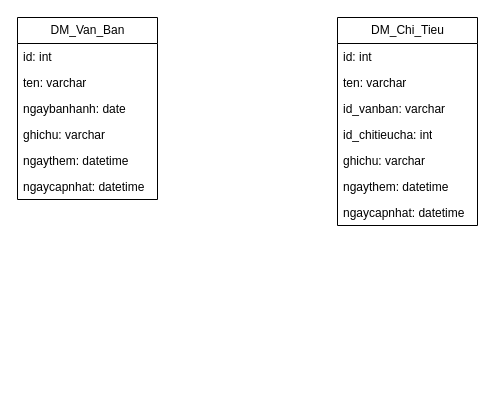
Before: csdlcnttbcvt.drawio in pnptai94/giaydiduongbluezone, a draw.io diagram. Source tidied: cells renumbered, new cells numbered last; positions are measured from the earlier drawing's top-left corner, leaving out a move shared by most shapes. Both pictures are drawn from the tidied source at 100%, with x=0, y=0 at pixel (17, 17).
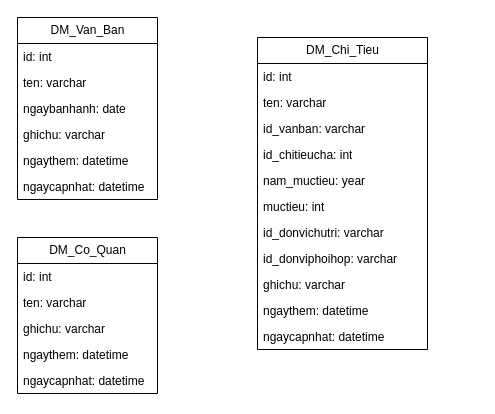
The same diagram, later.

What changed in the source:
```diff
@@
     <mxCell id="9" value="DM_Chi_Tieu" style="swimlane;fontStyle=0;horizontal=1;startSize=26;fillColor=none;html=1;" parent="1" vertex="1">
-      <mxGeometry x="320" width="140" height="208" as="geometry" />
+      <mxGeometry x="240" y="20" width="170" height="312" as="geometry" />
     </mxCell>
     <mxCell id="10" value="id: int" style="text;strokeColor=none;fillColor=none;align=left;verticalAlign=top;spacingLeft=4;spacingRight=4;overflow=hidden;whiteSpace=wrap;html=1;" parent="9" vertex="1">
-      <mxGeometry y="26" width="140" height="26" as="geometry" />
+      <mxGeometry y="26" width="170" height="26" as="geometry" />
     </mxCell>
     <mxCell id="11" value="ten: varchar" style="text;strokeColor=none;fillColor=none;align=left;verticalAlign=top;spacingLeft=4;spacingRight=4;overflow=hidden;whiteSpace=wrap;html=1;" parent="9" vertex="1">
-      <mxGeometry y="52" width="140" height="26" as="geometry" />
+      <mxGeometry y="52" width="170" height="26" as="geometry" />
     </mxCell>
     <mxCell id="12" value="id_vanban: varchar" style="text;strokeColor=none;fillColor=none;align=left;verticalAlign=top;spacingLeft=4;spacingRight=4;overflow=hidden;whiteSpace=wrap;html=1;" parent="9" vertex="1">
-      <mxGeometry y="78" width="140" height="26" as="geometry" />
+      <mxGeometry y="78" width="170" height="26" as="geometry" />
     </mxCell>
     <mxCell id="13" value="id_chitieucha: int" style="text;strokeColor=none;fillColor=none;align=left;verticalAlign=top;spacingLeft=4;spacingRight=4;overflow=hidden;whiteSpace=wrap;html=1;" parent="9" vertex="1">
-      <mxGeometry y="104" width="140" height="26" as="geometry" />
+      <mxGeometry y="104" width="170" height="26" as="geometry" />
     </mxCell>
+    <mxCell id="17" value="nam_muctieu: year" style="text;strokeColor=none;fillColor=none;align=left;verticalAlign=top;spacingLeft=4;spacingRight=4;overflow=hidden;whiteSpace=wrap;html=1;" parent="9" vertex="1">
+      <mxGeometry y="130" width="170" height="26" as="geometry" />
+    </mxCell>
+    <mxCell id="18" value="muctieu: int" style="text;strokeColor=none;fillColor=none;align=left;verticalAlign=top;spacingLeft=4;spacingRight=4;overflow=hidden;whiteSpace=wrap;html=1;" parent="9" vertex="1">
+      <mxGeometry y="156" width="170" height="26" as="geometry" />
+    </mxCell>
+    <mxCell id="19" value="id_donvichutri: varchar" style="text;strokeColor=none;fillColor=none;align=left;verticalAlign=top;spacingLeft=4;spacingRight=4;overflow=hidden;whiteSpace=wrap;html=1;" parent="9" vertex="1">
+      <mxGeometry y="182" width="170" height="26" as="geometry" />
+    </mxCell>
+    <mxCell id="20" value="id_donviphoihop: varchar" style="text;strokeColor=none;fillColor=none;align=left;verticalAlign=top;spacingLeft=4;spacingRight=4;overflow=hidden;whiteSpace=wrap;html=1;" parent="9" vertex="1">
+      <mxGeometry y="208" width="170" height="26" as="geometry" />
+    </mxCell>
     <mxCell id="14" value="ghichu: varchar" style="text;strokeColor=none;fillColor=none;align=left;verticalAlign=top;spacingLeft=4;spacingRight=4;overflow=hidden;whiteSpace=wrap;html=1;" parent="9" vertex="1">
-      <mxGeometry y="130" width="140" height="26" as="geometry" />
+      <mxGeometry y="234" width="170" height="26" as="geometry" />
     </mxCell>
     <mxCell id="15" value="ngaythem: datetime" style="text;strokeColor=none;fillColor=none;align=left;verticalAlign=top;spacingLeft=4;spacingRight=4;overflow=hidden;whiteSpace=wrap;html=1;" parent="9" vertex="1">
-      <mxGeometry y="156" width="140" height="26" as="geometry" />
+      <mxGeometry y="260" width="170" height="26" as="geometry" />
     </mxCell>
     <mxCell id="16" value="ngaycapnhat: datetime" style="text;strokeColor=none;fillColor=none;align=left;verticalAlign=top;spacingLeft=4;spacingRight=4;overflow=hidden;whiteSpace=wrap;html=1;" parent="9" vertex="1">
-      <mxGeometry y="182" width="140" height="26" as="geometry" />
+      <mxGeometry y="286" width="170" height="26" as="geometry" />
     </mxCell>
+    <mxCell id="21" value="DM_Co_Quan" style="swimlane;fontStyle=0;horizontal=1;startSize=26;fillColor=none;html=1;" parent="1" vertex="1">
+      <mxGeometry y="220" width="140" height="156" as="geometry" />
+    </mxCell>
+    <mxCell id="22" value="id: int" style="text;strokeColor=none;fillColor=none;align=left;verticalAlign=top;spacingLeft=4;spacingRight=4;overflow=hidden;whiteSpace=wrap;html=1;" parent="21" vertex="1">
+      <mxGeometry y="26" width="140" height="26" as="geometry" />
+    </mxCell>
+    <mxCell id="23" value="ten: varchar" style="text;strokeColor=none;fillColor=none;align=left;verticalAlign=top;spacingLeft=4;spacingRight=4;overflow=hidden;whiteSpace=wrap;html=1;" parent="21" vertex="1">
+      <mxGeometry y="52" width="140" height="26" as="geometry" />
+    </mxCell>
+    <mxCell id="24" value="ghichu: varchar" style="text;strokeColor=none;fillColor=none;align=left;verticalAlign=top;spacingLeft=4;spacingRight=4;overflow=hidden;whiteSpace=wrap;html=1;" parent="21" vertex="1">
+      <mxGeometry y="78" width="140" height="26" as="geometry" />
+    </mxCell>
+    <mxCell id="25" value="ngaythem: datetime" style="text;strokeColor=none;fillColor=none;align=left;verticalAlign=top;spacingLeft=4;spacingRight=4;overflow=hidden;whiteSpace=wrap;html=1;" parent="21" vertex="1">
+      <mxGeometry y="104" width="140" height="26" as="geometry" />
+    </mxCell>
+    <mxCell id="26" value="ngaycapnhat: datetime" style="text;strokeColor=none;fillColor=none;align=left;verticalAlign=top;spacingLeft=4;spacingRight=4;overflow=hidden;whiteSpace=wrap;html=1;" parent="21" vertex="1">
+      <mxGeometry y="130" width="140" height="26" as="geometry" />
+    </mxCell>
```
